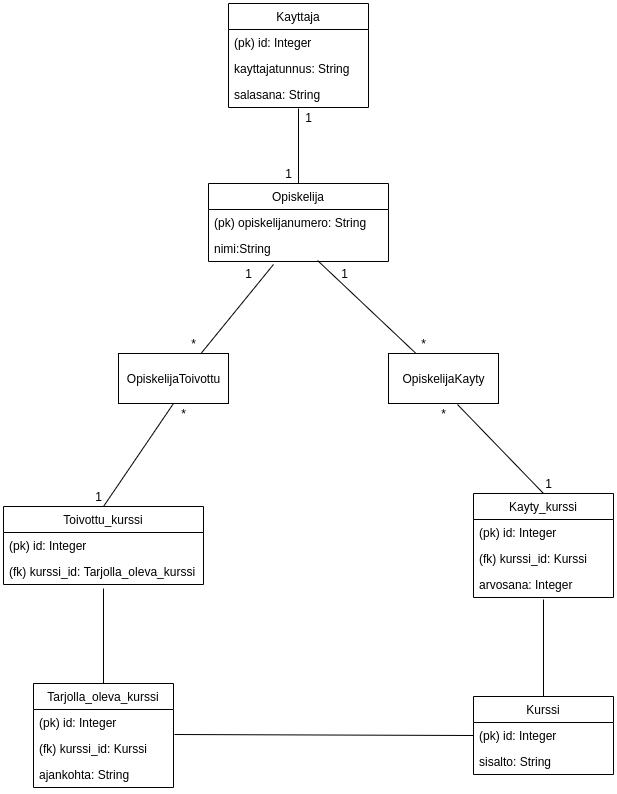
Above: Dokumentaatio/Tietokantakaavio.png in AnnaKuokkanen/Kurssiseuranta (draw.io), before the change. Source tidied: cells renumbered, new cells last; positions are measured from the earlier drawing's top-left corner, leaving out a move shared by most shapes.
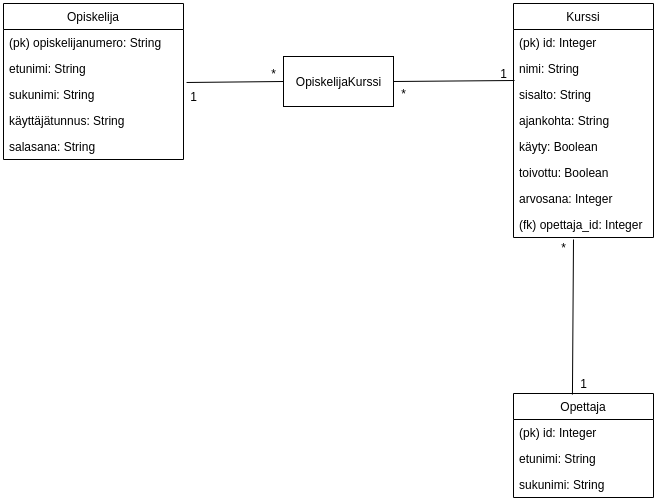
Above is the later version.

Commit message:
Tietokantakaaviota päivitetty kuvaamaan nykyistä suunnitelmaa

What changed in the source:
```diff
@@ -2,132 +2,92 @@
   <root>
     <mxCell id="0" />
     <mxCell id="1" parent="0" />
+    <mxCell id="12" value="OpiskelijaKurssi" style="html=1;" parent="1" vertex="1">
+      <mxGeometry x="225" y="43" width="110" height="50" as="geometry" />
+    </mxCell>
     <mxCell id="2" value="Opiskelija" style="swimlane;fontStyle=0;horizontal=1;startSize=26;fillColor=none;" parent="1" vertex="1">
-      <mxGeometry x="205" y="180" width="180" height="78" as="geometry" />
+      <mxGeometry x="-55" y="-10" width="180" height="156" as="geometry" />
     </mxCell>
     <mxCell id="3" value="(pk) opiskelijanumero: String" style="text;strokeColor=none;fillColor=none;align=left;verticalAlign=top;spacingLeft=4;spacingRight=4;overflow=hidden;" parent="2" vertex="1">
       <mxGeometry y="26" width="180" height="26" as="geometry" />
     </mxCell>
-    <mxCell id="4" value="nimi:String" style="text;strokeColor=none;fillColor=none;align=left;verticalAlign=top;spacingLeft=4;spacingRight=4;overflow=hidden;points=[[0,0.5],[1,0.5]];portConstraint=eastwest;" parent="2" vertex="1">
+    <mxCell id="4" value="etunimi: String" style="text;strokeColor=none;fillColor=none;align=left;verticalAlign=top;spacingLeft=4;spacingRight=4;overflow=hidden;points=[[0,0.5],[1,0.5]];portConstraint=eastwest;" parent="2" vertex="1">
       <mxGeometry y="52" width="180" height="26" as="geometry" />
     </mxCell>
-    <mxCell id="5" value="Kayttaja" style="swimlane;fontStyle=0;horizontal=1;startSize=26;fillColor=none;" parent="1" vertex="1">
-      <mxGeometry x="225" width="140" height="104" as="geometry" />
-    </mxCell>
-    <mxCell id="6" value="(pk) id: Integer" style="text;strokeColor=none;fillColor=none;align=left;verticalAlign=top;spacingLeft=4;spacingRight=4;overflow=hidden;" parent="5" vertex="1">
-      <mxGeometry y="26" width="140" height="26" as="geometry" />
-    </mxCell>
-    <mxCell id="7" value="kayttajatunnus: String" style="text;strokeColor=none;fillColor=none;align=left;verticalAlign=top;spacingLeft=4;spacingRight=4;overflow=hidden;" parent="5" vertex="1">
-      <mxGeometry y="52" width="140" height="26" as="geometry" />
-    </mxCell>
+    <mxCell id="43" value="sukunimi: String" style="text;strokeColor=none;fillColor=none;align=left;verticalAlign=top;spacingLeft=4;spacingRight=4;overflow=hidden;points=[[0,0.5],[1,0.5]];portConstraint=eastwest;" parent="2" vertex="1">
+      <mxGeometry y="78" width="180" height="26" as="geometry" />
+    </mxCell>
+    <mxCell id="44" value="käyttäjätunnus: String" style="text;strokeColor=none;fillColor=none;align=left;verticalAlign=top;spacingLeft=4;spacingRight=4;overflow=hidden;" parent="2" vertex="1">
+      <mxGeometry y="104" width="180" height="26" as="geometry" />
+    </mxCell>
-    <mxCell id="8" value="salasana: String" style="text;strokeColor=none;fillColor=none;align=left;verticalAlign=top;spacingLeft=4;spacingRight=4;overflow=hidden;" parent="5" vertex="1">
-      <mxGeometry y="78" width="140" height="26" as="geometry" />
+    <mxCell id="8" value="salasana: String" style="text;strokeColor=none;fillColor=none;align=left;verticalAlign=top;spacingLeft=4;spacingRight=4;overflow=hidden;" parent="2" vertex="1">
+      <mxGeometry y="130" width="180" height="26" as="geometry" />
     </mxCell>
-    <mxCell id="9" style="endArrow=none;html=1;entryX=0.5;entryY=0;entryDx=0;entryDy=0;" parent="1" edge="1" target="2">
-      <mxGeometry relative="1" as="geometry">
-        <mxPoint x="295" y="105" as="sourcePoint" />
-      </mxGeometry>
-    </mxCell>
-    <mxCell id="10" value="1" style="text;html=1;align=center;verticalAlign=middle;" parent="1" vertex="1">
-      <mxGeometry x="275" y="160" width="20" height="20" as="geometry" />
-    </mxCell>
-    <mxCell id="11" value="1" style="text;html=1;align=center;verticalAlign=middle;" parent="1" vertex="1">
-      <mxGeometry x="295" y="104" width="20" height="20" as="geometry" />
-    </mxCell>
-    <mxCell id="12" value="OpiskelijaKayty" style="html=1;" parent="1" vertex="1">
-      <mxGeometry x="385" y="350" width="110" height="50" as="geometry" />
-    </mxCell>
-    <mxCell id="13" value="OpiskelijaToivottu" style="html=1;" parent="1" vertex="1">
-      <mxGeometry x="115" y="350" width="110" height="50" as="geometry" />
-    </mxCell>
-    <mxCell id="14" value="Kayty_kurssi" style="swimlane;fontStyle=0;horizontal=1;startSize=26;fillColor=none;" parent="1" vertex="1">
-      <mxGeometry x="470" y="490" width="140" height="104" as="geometry" />
-    </mxCell>
-    <mxCell id="15" value="(pk) id: Integer" style="text;strokeColor=none;fillColor=none;align=left;verticalAlign=top;spacingLeft=4;spacingRight=4;overflow=hidden;" parent="14" vertex="1">
-      <mxGeometry y="26" width="140" height="26" as="geometry" />
-    </mxCell>
-    <mxCell id="16" value="(fk) kurssi_id: Kurssi" style="text;strokeColor=none;fillColor=none;align=left;verticalAlign=top;spacingLeft=4;spacingRight=4;overflow=hidden;" parent="14" vertex="1">
-      <mxGeometry y="52" width="140" height="26" as="geometry" />
-    </mxCell>
-    <mxCell id="17" value="arvosana: Integer" style="text;strokeColor=none;fillColor=none;align=left;verticalAlign=top;spacingLeft=4;spacingRight=4;overflow=hidden;" parent="14" vertex="1">
-      <mxGeometry y="78" width="140" height="26" as="geometry" />
-    </mxCell>
     <mxCell id="18" value="Kurssi" style="swimlane;fontStyle=0;horizontal=1;startSize=26;fillColor=none;" parent="1" vertex="1">
-      <mxGeometry x="470" y="693" width="140" height="78" as="geometry" />
+      <mxGeometry x="455" y="-10" width="140" height="234" as="geometry" />
     </mxCell>
     <mxCell id="19" value="(pk) id: Integer" style="text;strokeColor=none;fillColor=none;align=left;verticalAlign=top;spacingLeft=4;spacingRight=4;overflow=hidden;points=[[0,0.5],[1,0.5]];portConstraint=eastwest;" parent="18" vertex="1">
       <mxGeometry y="26" width="140" height="26" as="geometry" />
     </mxCell>
+    <mxCell id="45" value="nimi: String" style="text;strokeColor=none;fillColor=none;align=left;verticalAlign=top;spacingLeft=4;spacingRight=4;overflow=hidden;" parent="18" vertex="1">
+      <mxGeometry y="52" width="140" height="26" as="geometry" />
+    </mxCell>
     <mxCell id="20" value="sisalto: String" style="text;strokeColor=none;fillColor=none;align=left;verticalAlign=top;spacingLeft=4;spacingRight=4;overflow=hidden;" parent="18" vertex="1">
-      <mxGeometry y="52" width="140" height="26" as="geometry" />
+      <mxGeometry y="78" width="140" height="26" as="geometry" />
     </mxCell>
-    <mxCell id="21" value="Tarjolla_oleva_kurssi" style="swimlane;fontStyle=0;horizontal=1;startSize=26;fillColor=none;" parent="1" vertex="1">
-      <mxGeometry x="30" y="680" width="140" height="104" as="geometry" />
-    </mxCell>
-    <mxCell id="22" value="(pk) id: Integer" style="text;strokeColor=none;fillColor=none;align=left;verticalAlign=top;spacingLeft=4;spacingRight=4;overflow=hidden;" parent="21" vertex="1">
-      <mxGeometry y="26" width="140" height="26" as="geometry" />
-    </mxCell>
-    <mxCell id="23" value="(fk) kurssi_id: Kurssi" style="text;strokeColor=none;fillColor=none;align=left;verticalAlign=top;spacingLeft=4;spacingRight=4;overflow=hidden;points=[[0,0.5],[1,0.5]];portConstraint=eastwest;" parent="21" vertex="1">
-      <mxGeometry y="52" width="140" height="26" as="geometry" />
-    </mxCell>
-    <mxCell id="24" value="ajankohta: String" style="text;strokeColor=none;fillColor=none;align=left;verticalAlign=top;spacingLeft=4;spacingRight=4;overflow=hidden;" parent="21" vertex="1">
-      <mxGeometry y="78" width="140" height="26" as="geometry" />
+    <mxCell id="24" value="ajankohta: String" style="text;strokeColor=none;fillColor=none;align=left;verticalAlign=top;spacingLeft=4;spacingRight=4;overflow=hidden;" parent="18" vertex="1">
+      <mxGeometry y="104" width="140" height="26" as="geometry" />
     </mxCell>
-    <mxCell id="25" value="Toivottu_kurssi" style="swimlane;fontStyle=0;horizontal=1;startSize=26;fillColor=none;" parent="1" vertex="1">
-      <mxGeometry y="503" width="200" height="78" as="geometry" />
-    </mxCell>
-    <mxCell id="26" value="(pk) id: Integer" style="text;strokeColor=none;fillColor=none;align=left;verticalAlign=top;spacingLeft=4;spacingRight=4;overflow=hidden;" parent="25" vertex="1">
-      <mxGeometry y="26" width="200" height="26" as="geometry" />
-    </mxCell>
-    <mxCell id="27" value="(fk) kurssi_id: Tarjolla_oleva_kurssi" style="text;strokeColor=none;fillColor=none;align=left;verticalAlign=top;spacingLeft=4;spacingRight=4;overflow=hidden;points=[[0,0.5],[1,0.5]];portConstraint=eastwest;" parent="25" vertex="1">
-      <mxGeometry y="52" width="200" height="26" as="geometry" />
-    </mxCell>
-    <mxCell id="28" style="endArrow=none;html=1;exitX=1.007;exitY=-0.038;exitDx=0;exitDy=0;exitPerimeter=0;entryX=0;entryY=0.5;entryDx=0;entryDy=0;" parent="1" edge="1" source="23" target="19">
-      <mxGeometry relative="1" as="geometry" />
-    </mxCell>
-    <mxCell id="29" style="endArrow=none;html=1;exitX=0.5;exitY=0;exitDx=0;exitDy=0;entryX=0.5;entryY=1.154;entryDx=0;entryDy=0;entryPerimeter=0;" parent="1" edge="1" source="21" target="27">
-      <mxGeometry relative="1" as="geometry" />
-    </mxCell>
-    <mxCell id="30" style="endArrow=none;html=1;exitX=0.5;exitY=0;exitDx=0;exitDy=0;" parent="1" edge="1" source="18">
-      <mxGeometry relative="1" as="geometry">
-        <mxPoint x="540" y="596" as="targetPoint" />
-      </mxGeometry>
-    </mxCell>
-    <mxCell id="31" style="endArrow=none;html=1;exitX=0.5;exitY=0;exitDx=0;exitDy=0;entryX=0.5;entryY=1;entryDx=0;entryDy=0;" parent="1" edge="1" source="25" target="13">
-      <mxGeometry relative="1" as="geometry" />
-    </mxCell>
-    <mxCell id="32" style="endArrow=none;html=1;entryX=0.5;entryY=0;entryDx=0;entryDy=0;exitX=0.627;exitY=1.02;exitDx=0;exitDy=0;exitPerimeter=0;" parent="1" edge="1" source="12" target="14">
-      <mxGeometry relative="1" as="geometry" />
-    </mxCell>
-    <mxCell id="33" style="endArrow=none;html=1;exitX=0.75;exitY=0;exitDx=0;exitDy=0;entryX=0.361;entryY=1.115;entryDx=0;entryDy=0;entryPerimeter=0;" parent="1" edge="1" source="13" target="4">
-      <mxGeometry relative="1" as="geometry" />
-    </mxCell>
-    <mxCell id="34" style="endArrow=none;html=1;entryX=0.25;entryY=0;entryDx=0;entryDy=0;exitX=0.606;exitY=0.962;exitDx=0;exitDy=0;exitPerimeter=0;" parent="1" edge="1" source="4" target="12">
-      <mxGeometry relative="1" as="geometry" />
-    </mxCell>
-    <mxCell id="35" value="*" style="text;html=1;align=center;verticalAlign=middle;" parent="1" vertex="1">
-      <mxGeometry x="180" y="330" width="20" height="20" as="geometry" />
-    </mxCell>
-    <mxCell id="36" value="*" style="text;html=1;align=center;verticalAlign=middle;" parent="1" vertex="1">
-      <mxGeometry x="170" y="400" width="20" height="20" as="geometry" />
-    </mxCell>
-    <mxCell id="37" value="*" style="text;html=1;align=center;verticalAlign=middle;" parent="1" vertex="1">
-      <mxGeometry x="430" y="400" width="20" height="20" as="geometry" />
-    </mxCell>
-    <mxCell id="38" value="*" style="text;html=1;align=center;verticalAlign=middle;" parent="1" vertex="1">
-      <mxGeometry x="410" y="330" width="20" height="20" as="geometry" />
-    </mxCell>
-    <mxCell id="39" value="1" style="text;html=1;align=center;verticalAlign=middle;" parent="1" vertex="1">
-      <mxGeometry x="535" y="470" width="20" height="20" as="geometry" />
-    </mxCell>
-    <mxCell id="40" value="1" style="text;html=1;align=center;verticalAlign=middle;" parent="1" vertex="1">
-      <mxGeometry x="331" y="260" width="20" height="20" as="geometry" />
-    </mxCell>
-    <mxCell id="41" value="1" style="text;html=1;align=center;verticalAlign=middle;" parent="1" vertex="1">
-      <mxGeometry x="235" y="260" width="20" height="20" as="geometry" />
-    </mxCell>
-    <mxCell id="42" value="1" style="text;html=1;align=center;verticalAlign=middle;" parent="1" vertex="1">
-      <mxGeometry x="85" y="483" width="20" height="20" as="geometry" />
-    </mxCell>
+    <mxCell id="46" value="käyty: Boolean" style="text;strokeColor=none;fillColor=none;align=left;verticalAlign=top;spacingLeft=4;spacingRight=4;overflow=hidden;" parent="18" vertex="1">
+      <mxGeometry y="130" width="140" height="26" as="geometry" />
+    </mxCell>
+    <mxCell id="47" value="toivottu: Boolean" style="text;strokeColor=none;fillColor=none;align=left;verticalAlign=top;spacingLeft=4;spacingRight=4;overflow=hidden;" parent="18" vertex="1">
+      <mxGeometry y="156" width="140" height="26" as="geometry" />
+    </mxCell>
+    <mxCell id="17" value="arvosana: Integer" style="text;strokeColor=none;fillColor=none;align=left;verticalAlign=top;spacingLeft=4;spacingRight=4;overflow=hidden;" parent="18" vertex="1">
+      <mxGeometry y="182" width="140" height="26" as="geometry" />
+    </mxCell>
+    <mxCell id="48" value="(fk) opettaja_id: Integer" style="text;strokeColor=none;fillColor=none;align=left;verticalAlign=top;spacingLeft=4;spacingRight=4;overflow=hidden;" parent="18" vertex="1">
+      <mxGeometry y="208" width="140" height="26" as="geometry" />
+    </mxCell>
+    <mxCell id="49" style="endArrow=none;html=1;exitX=0.421;exitY=0.01;exitDx=0;exitDy=0;exitPerimeter=0;entryX=1;entryY=0.1;entryDx=0;entryDy=0;entryPerimeter=0;" parent="1" edge="1" source="58" target="53">
+      <mxGeometry relative="1" as="geometry" />
+    </mxCell>
+    <mxCell id="50" style="endArrow=none;html=1;exitX=1;exitY=0.5;exitDx=0;exitDy=0;entryX=1.05;entryY=0.85;entryDx=0;entryDy=0;entryPerimeter=0;" parent="1" edge="1" source="12" target="57">
+      <mxGeometry relative="1" as="geometry" />
+    </mxCell>
+    <mxCell id="51" style="endArrow=none;html=1;entryX=0;entryY=0.5;entryDx=0;entryDy=0;exitX=1.017;exitY=0.038;exitDx=0;exitDy=0;exitPerimeter=0;" parent="1" edge="1" source="43" target="12">
+      <mxGeometry relative="1" as="geometry" />
+    </mxCell>
+    <mxCell id="52" value="*" style="text;html=1;align=center;verticalAlign=middle;" parent="1" vertex="1">
+      <mxGeometry x="335" y="70" width="20" height="20" as="geometry" />
+    </mxCell>
+    <mxCell id="53" value="*" style="text;html=1;align=center;verticalAlign=middle;points=[];" parent="1" vertex="1">
+      <mxGeometry x="495" y="224" width="20" height="20" as="geometry" />
+    </mxCell>
+    <mxCell id="54" value="*" style="text;html=1;align=center;verticalAlign=middle;" parent="1" vertex="1">
+      <mxGeometry x="205" y="50" width="20" height="20" as="geometry" />
+    </mxCell>
+    <mxCell id="55" value="1" style="text;html=1;align=center;verticalAlign=middle;" parent="1" vertex="1">
+      <mxGeometry x="125" y="73" width="20" height="20" as="geometry" />
+    </mxCell>
+    <mxCell id="56" value="1" style="text;html=1;align=center;verticalAlign=middle;" parent="1" vertex="1">
+      <mxGeometry x="515" y="360" width="20" height="20" as="geometry" />
+    </mxCell>
+    <mxCell id="57" value="1" style="text;html=1;align=center;verticalAlign=middle;points=[];" parent="1" vertex="1">
+      <mxGeometry x="435" y="50" width="20" height="20" as="geometry" />
+    </mxCell>
+    <mxCell id="58" value="Opettaja" style="swimlane;fontStyle=0;horizontal=1;startSize=26;fillColor=none;" parent="1" vertex="1">
+      <mxGeometry x="455" y="380" width="140" height="104" as="geometry" />
+    </mxCell>
+    <mxCell id="59" value="(pk) id: Integer" style="text;strokeColor=none;fillColor=none;align=left;verticalAlign=top;spacingLeft=4;spacingRight=4;overflow=hidden;" parent="58" vertex="1">
+      <mxGeometry y="26" width="140" height="26" as="geometry" />
+    </mxCell>
+    <mxCell id="60" value="etunimi: String" style="text;strokeColor=none;fillColor=none;align=left;verticalAlign=top;spacingLeft=4;spacingRight=4;overflow=hidden;" parent="58" vertex="1">
+      <mxGeometry y="52" width="140" height="26" as="geometry" />
+    </mxCell>
+    <mxCell id="61" value="sukunimi: String" style="text;strokeColor=none;fillColor=none;align=left;verticalAlign=top;spacingLeft=4;spacingRight=4;overflow=hidden;" parent="58" vertex="1">
+      <mxGeometry y="78" width="140" height="26" as="geometry" />
+    </mxCell>
   </root>
 </mxGraphModel>
```
